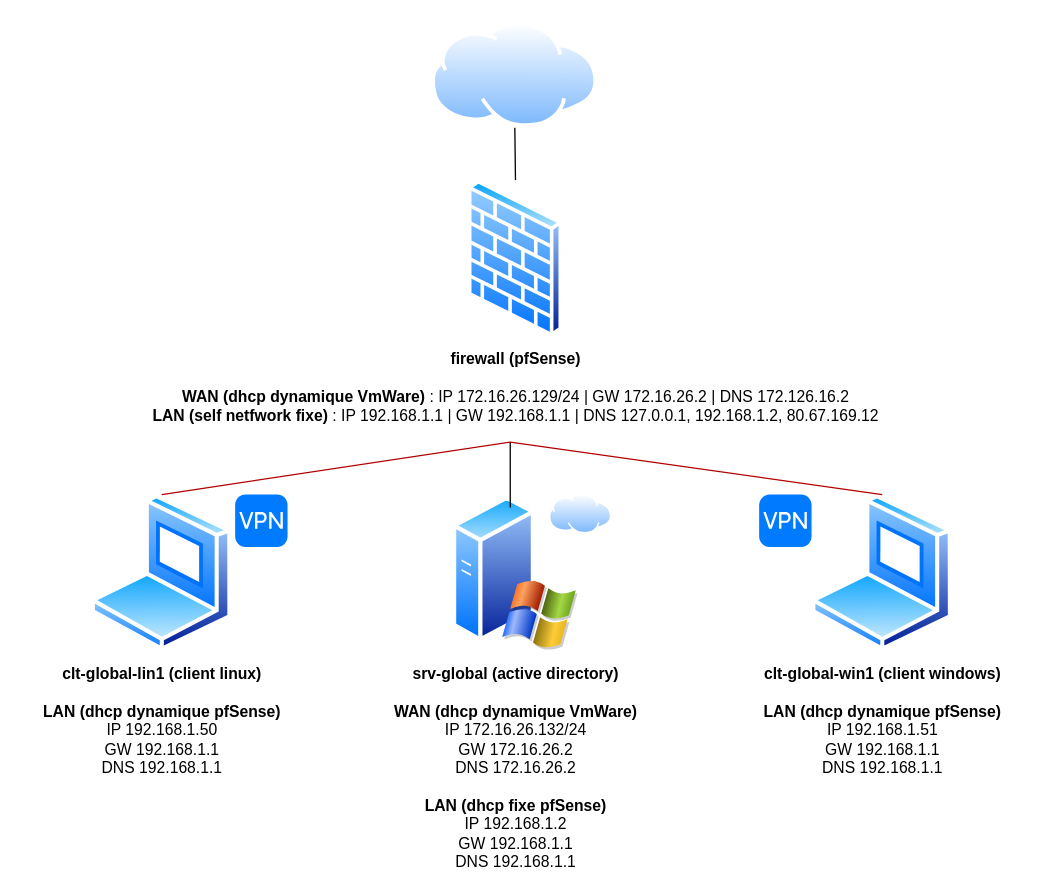
Above: pfsense2.drawio in fredericpetit02/topologies (draw.io), before the change. Source tidied: cells renumbered, new cells numbered last; positions are measured from the earlier drawing's top-left corner, leaving out a move shared by most shapes. Both pictures are drawn from the tidied source at 131%, with x=0, y=0 at pixel (90, 22).
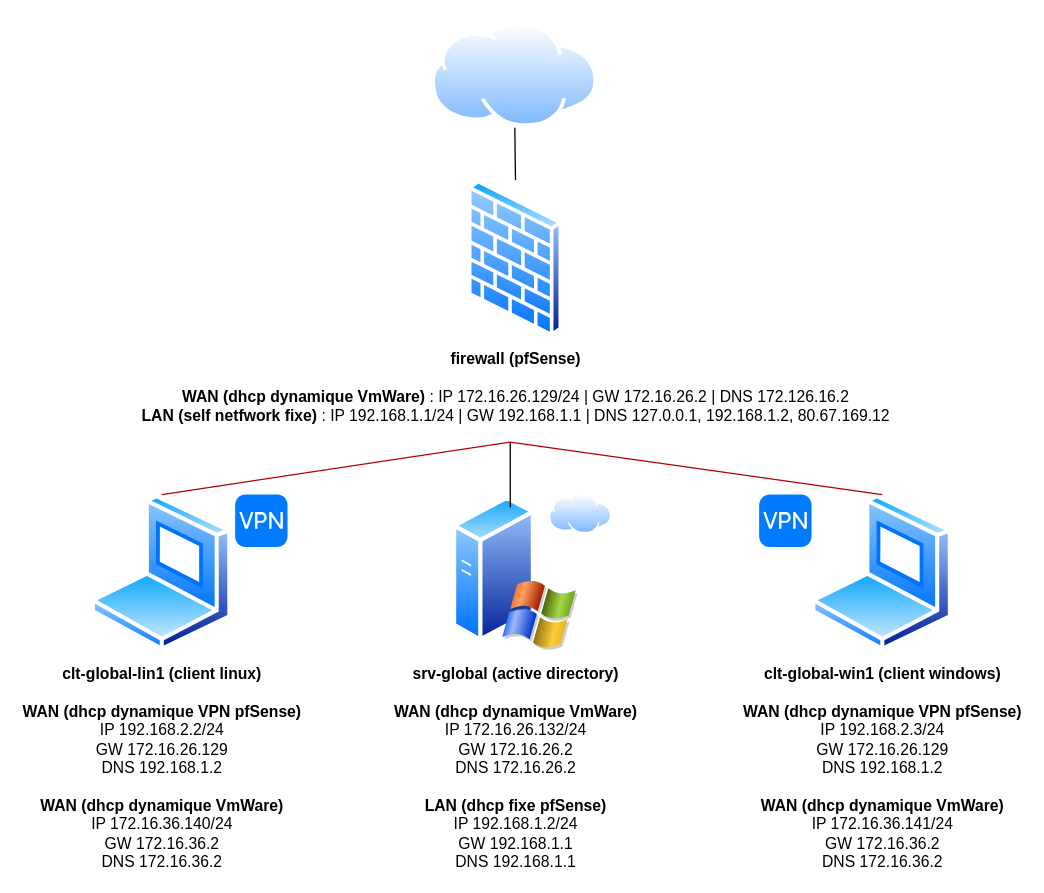
After the change.

Commit message:
Mettre à jour pfsense2.drawio

Diff of the diagram source:
```diff
@@
 <mxGraphModel>
   <root>
     <mxCell id="0" />
     <mxCell id="1" parent="0" />
-    <mxCell id="2" value="&lt;b&gt;firewall (pfSense)&lt;br&gt;&lt;br&gt;WAN (dhcp dynamique VmWare)&lt;/b&gt; : IP 172.16.26.129/24 | GW 172.16.26.2 | DNS 172.126.16.2&lt;br&gt;&lt;b&gt;LAN (self netfwork fixe)&lt;/b&gt; : IP 192.168.1.1 | GW 192.168.1.1 | DNS 127.0.0.1, 192.168.1.2,&amp;nbsp;80.67.169.12" style="perimeter=ellipsePerimeter;html=1;align=center;shadow=0;dashed=0;spacingTop=3;image;image=img/lib/active_directory/firewall.svg;" parent="1" vertex="1">
+    <mxCell id="2" value="&lt;b&gt;firewall (pfSense)&lt;br&gt;&lt;br&gt;WAN (dhcp dynamique VmWare)&lt;/b&gt; : IP 172.16.26.129/24 | GW 172.16.26.2 | DNS 172.126.16.2&lt;br&gt;&lt;b&gt;LAN (self netfwork fixe)&lt;/b&gt; : IP 192.168.1.1/24 | GW 192.168.1.1 | DNS 127.0.0.1, 192.168.1.2,&amp;nbsp;80.67.169.12" style="perimeter=ellipsePerimeter;html=1;align=center;shadow=0;dashed=0;spacingTop=3;image;image=img/lib/active_directory/firewall.svg;" parent="1" vertex="1">
       <mxGeometry x="287.4" y="120" width="73.2" height="120" as="geometry" />
     </mxCell>
     <mxCell id="3" style="perimeter=ellipsePerimeter;html=1;align=center;shadow=0;dashed=0;spacingTop=3;image;image=img/lib/active_directory/internet_cloud.svg;imageBackground=none;" parent="1" vertex="1">
       <mxGeometry x="260" width="127" height="80" as="geometry" />
     </mxCell>
-    <mxCell id="4" value="&lt;b&gt;srv-global (active directory)&lt;br&gt;&lt;br&gt;WAN (dhcp dynamique VmWare)&lt;br&gt;&lt;/b&gt;IP 172.16.26.132/24&lt;br&gt;GW 172.16.26.2&lt;br&gt;DNS 172.16.26.2&lt;br&gt;&lt;br&gt;&lt;b&gt;LAN&amp;nbsp;(dhcp fixe pfSense)&lt;br&gt;&lt;/b&gt;IP 192.168.1.2&lt;br&gt;GW 192.168.1.1&lt;br&gt;DNS 192.168.1.1" style="perimeter=ellipsePerimeter;html=1;align=center;shadow=0;dashed=0;spacingTop=3;image;image=img/lib/active_directory/windows_server_2.svg;" parent="1" vertex="1">
+    <mxCell id="4" value="&lt;b&gt;srv-global (active directory)&lt;br&gt;&lt;br&gt;WAN (dhcp dynamique VmWare)&lt;br&gt;&lt;/b&gt;IP 172.16.26.132/24&lt;br&gt;GW 172.16.26.2&lt;br&gt;DNS 172.16.26.2&lt;br&gt;&lt;br&gt;&lt;b&gt;LAN&amp;nbsp;(dhcp fixe pfSense)&lt;br&gt;&lt;/b&gt;IP 192.168.1.2/24&lt;br&gt;GW 192.168.1.1&lt;br&gt;DNS 192.168.1.1" style="perimeter=ellipsePerimeter;html=1;align=center;shadow=0;dashed=0;spacingTop=3;image;image=img/lib/active_directory/windows_server_2.svg;" parent="1" vertex="1">
       <mxGeometry x="276" y="360" width="96" height="120" as="geometry" />
     </mxCell>
-    <mxCell id="5" value="&lt;b&gt;clt-global-win1 (client windows)&lt;br&gt;&lt;/b&gt;&lt;br&gt;&lt;b&gt;LAN (dhcp dynamique pfSense)&lt;br&gt;&lt;/b&gt;IP 192.168.1.51&lt;br&gt;GW 192.168.1.1&lt;br&gt;DNS 192.168.1.1" style="perimeter=ellipsePerimeter;html=1;align=center;shadow=0;dashed=0;spacingTop=3;image;image=img/lib/active_directory/laptop_client.svg;" parent="1" vertex="1">
+    <mxCell id="5" value="&lt;b&gt;clt-global-win1 (client windows)&lt;br&gt;&lt;/b&gt;&lt;br&gt;&lt;b&gt;WAN (dhcp dynamique VPN pfSense)&lt;/b&gt;&lt;br&gt;IP 192.168.2.3/24&lt;br&gt;GW 172.16.26.129&lt;br&gt;DNS 192.168.1.2&lt;br&gt;&lt;br&gt;&lt;b&gt;WAN (dhcp dynamique VmWare)&lt;/b&gt;&lt;br&gt;IP 172.16.36.141/24&lt;br&gt;GW 172.16.36.2&lt;br&gt;DNS 172.16.36.2" style="perimeter=ellipsePerimeter;html=1;align=center;shadow=0;dashed=0;spacingTop=3;image;image=img/lib/active_directory/laptop_client.svg;" parent="1" vertex="1">
       <mxGeometry x="550" y="360" width="108" height="120" as="geometry" />
     </mxCell>
-    <mxCell id="6" value="&lt;b&gt;clt-global-lin1 (client linux)&lt;br&gt;&lt;/b&gt;&lt;br&gt;&lt;b&gt;LAN (dhcp dynamique pfSense)&lt;br&gt;&lt;/b&gt;IP 192.168.1.50&lt;br&gt;GW 192.168.1.1&lt;br&gt;DNS 192.168.1.1" style="perimeter=ellipsePerimeter;html=1;align=center;shadow=0;dashed=0;spacingTop=3;image;image=img/lib/active_directory/laptop_client.svg;" parent="1" vertex="1">
+    <mxCell id="6" value="&lt;b&gt;clt-global-lin1 (client linux)&lt;br&gt;&lt;/b&gt;&lt;br&gt;&lt;b&gt;WAN (dhcp dynamique VPN pfSense)&lt;/b&gt;&lt;br&gt;IP 192.168.2.2/24&lt;br&gt;GW 172.16.26.129&lt;br&gt;DNS 192.168.1.2&lt;br&gt;&lt;br&gt;&lt;b&gt;WAN (dhcp dynamique VmWare)&lt;/b&gt;&lt;br&gt;IP 172.16.36.140/24&lt;br&gt;GW 172.16.36.2&lt;br&gt;DNS 172.16.36.2" style="perimeter=ellipsePerimeter;html=1;align=center;shadow=0;dashed=0;spacingTop=3;image;image=img/lib/active_directory/laptop_client.svg;" parent="1" vertex="1">
       <mxGeometry y="360" width="108" height="120" as="geometry" />
     </mxCell>
     <mxCell id="7" style="endArrow=none;html=1;rounded=0;" parent="1" edge="1">
       <mxGeometry relative="1" as="geometry">
         <mxPoint x="320" y="370" as="sourcePoint" />
         <mxPoint x="320" y="320" as="targetPoint" />
       </mxGeometry>
     </mxCell>
     <mxCell id="8" style="endArrow=none;html=1;rounded=0;entryX=0.5;entryY=0;entryDx=0;entryDy=0;exitX=0.5;exitY=1;exitDx=0;exitDy=0;" parent="1" edge="1" source="3" target="2">
       <mxGeometry relative="1" as="geometry" />
     </mxCell>
     <mxCell id="9" style="perimeter=ellipsePerimeter;html=1;align=center;shadow=0;dashed=0;spacingTop=3;image;image=img/lib/active_directory/internet_cloud.svg;" parent="1" vertex="1">
       <mxGeometry x="350" y="360" width="47.6" height="30" as="geometry" />
     </mxCell>
     <mxCell id="10" style="html=1;strokeWidth=1;shadow=0;dashed=0;shape=mxgraph.ios7.misc.vpn;fillColor=#007AFF;strokeColor=none;buttonText=;strokeColor2=#222222;fontColor=#222222;fontSize=8;verticalLabelPosition=bottom;verticalAlign=top;align=center;sketch=0;" parent="1" vertex="1">
       <mxGeometry x="110" y="360" width="40" height="40" as="geometry" />
     </mxCell>
     <mxCell id="11" style="html=1;strokeWidth=1;shadow=0;dashed=0;shape=mxgraph.ios7.misc.vpn;fillColor=#007AFF;strokeColor=none;buttonText=;strokeColor2=#222222;fontColor=#222222;fontSize=8;verticalLabelPosition=bottom;verticalAlign=top;align=center;sketch=0;" parent="1" vertex="1">
       <mxGeometry x="510" y="360" width="40" height="40" as="geometry" />
     </mxCell>
     <mxCell id="12" style="endArrow=none;html=1;rounded=0;fillColor=#e51400;strokeColor=#B20000;exitX=0.5;exitY=0;exitDx=0;exitDy=0;" parent="1" edge="1" source="6">
       <mxGeometry relative="1" as="geometry">
         <mxPoint x="320" y="320" as="targetPoint" />
       </mxGeometry>
     </mxCell>
     <mxCell id="13" style="endArrow=none;html=1;rounded=0;entryX=0.5;entryY=0;entryDx=0;entryDy=0;fillColor=#e51400;strokeColor=#B20000;" parent="1" edge="1" target="5">
       <mxGeometry relative="1" as="geometry">
         <mxPoint x="320" y="320" as="sourcePoint" />
       </mxGeometry>
     </mxCell>
   </root>
 </mxGraphModel>
```
